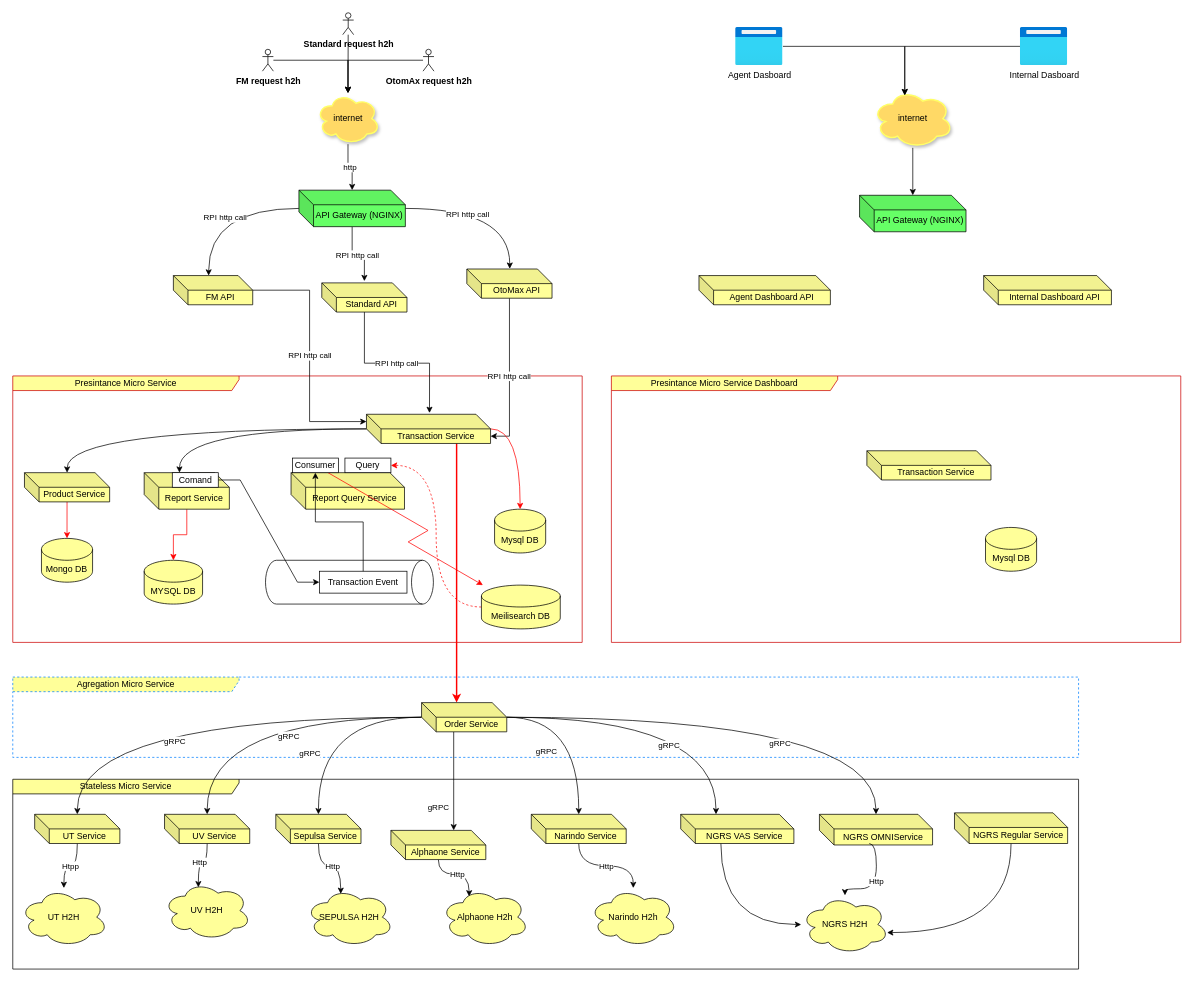
Above: page "architecture" (2 of 2) of Untitled Diagram.drawio in jrpikong/wordcalculator (draw.io), before the change. Source tidied: cells renumbered, new cells numbered last; positions are measured from the earlier drawing's top-left corner, leaving out a move shared by most shapes. Both pictures are drawn from the tidied source at 73%, with x=0, y=0 at pixel (12, 12).
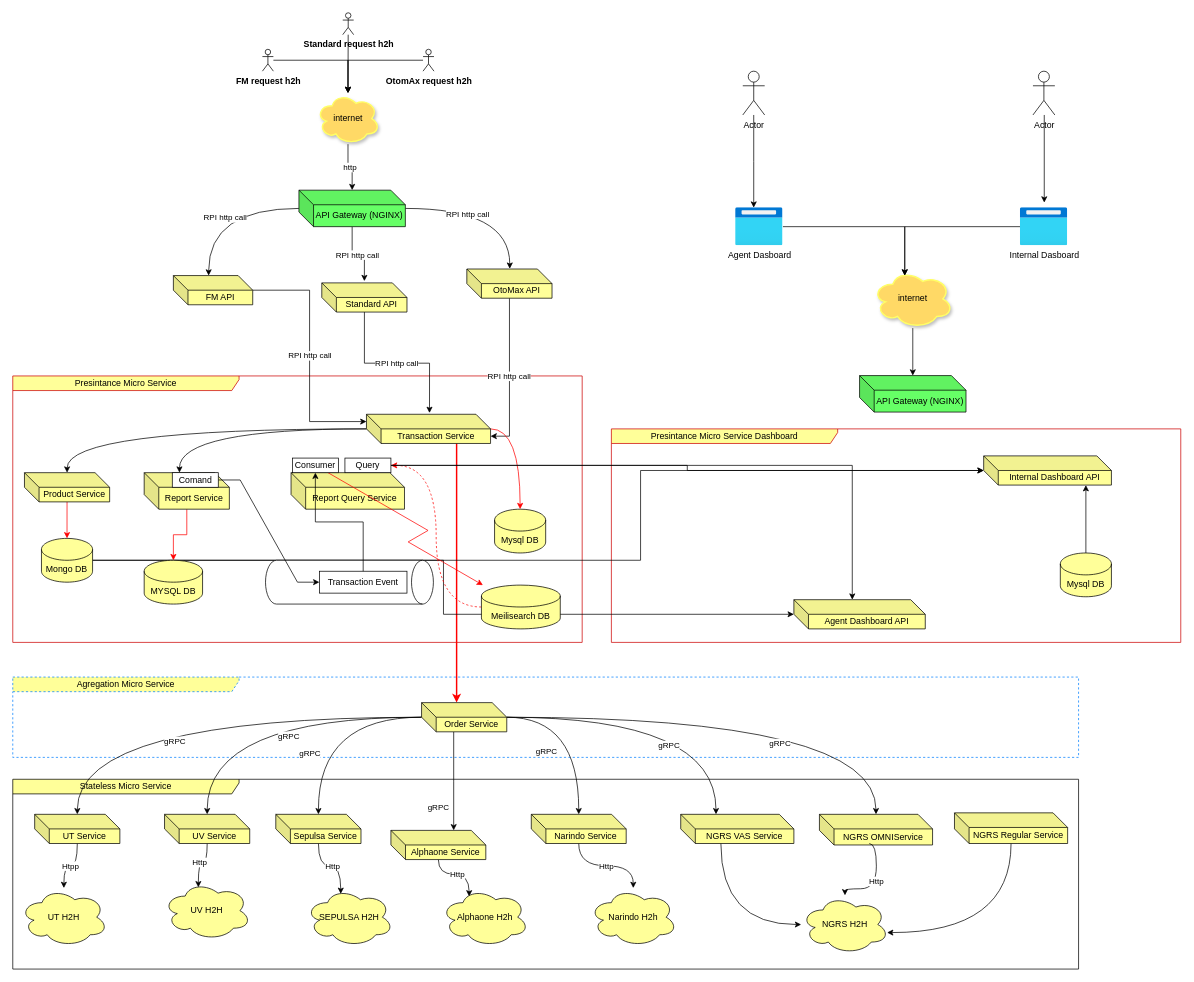
Above is the later version.

The change refers to these unchanged cells:
```xml
<mxCell id="64" value="Mongo DB" style="shape=cylinder3;whiteSpace=wrap;html=1;boundedLbl=1;backgroundOutline=1;size=15;fillColor=#FFFF99;" parent="1" vertex="1">
  <mxGeometry x="39.3" y="720" width="70" height="60" as="geometry" />
</mxCell>
<mxCell id="78" value="Query" style="rounded=0;whiteSpace=wrap;html=1;fillColor=#FFFFFF;" parent="1" vertex="1">
  <mxGeometry x="455" y="610" width="63" height="20" as="geometry" />
</mxCell>
```

The edit, as a diff of the source:
```diff
@@
+    <mxCell id="85" value="Presintance Micro Service Dashboard" style="shape=umlFrame;whiteSpace=wrap;html=1;fillColor=#FFFF99;width=310;height=20;strokeColor=#CC0000;" parent="1" vertex="1">
+      <mxGeometry x="820" y="570" width="780" height="292.5" as="geometry" />
+    </mxCell>
@@
+    <mxCell id="97" style="edgeStyle=elbowEdgeStyle;rounded=0;jettySize=auto;html=1;entryX=0;entryY=0;entryDx=0;entryDy=20;entryPerimeter=0;" parent="1" edge="1" source="64" target="96">
+      <mxGeometry relative="1" as="geometry">
+        <Array as="points">
+          <mxPoint x="860" y="670" />
+        </Array>
+      </mxGeometry>
+    </mxCell>
+    <mxCell id="98" style="edgeStyle=elbowEdgeStyle;rounded=0;jettySize=auto;html=1;entryX=0;entryY=0;entryDx=0;entryDy=20;entryPerimeter=0;" parent="1" edge="1" source="64" target="95">
+      <mxGeometry relative="1" as="geometry" />
+    </mxCell>
@@
+    <mxCell id="99" style="edgeStyle=elbowEdgeStyle;rounded=0;jettySize=auto;html=1;" parent="1" edge="1" source="78" target="96">
+      <mxGeometry relative="1" as="geometry" />
+    </mxCell>
+    <mxCell id="100" style="edgeStyle=elbowEdgeStyle;rounded=0;jettySize=auto;html=1;entryX=0;entryY=0;entryDx=80;entryDy=0;entryPerimeter=0;" parent="1" edge="1" source="78" target="95">
+      <mxGeometry relative="1" as="geometry">
+        <Array as="points">
+          <mxPoint x="1150" y="770" />
+          <mxPoint x="1140" y="770" />
+          <mxPoint x="1070" y="770" />
+          <mxPoint x="950" y="780" />
+        </Array>
+      </mxGeometry>
+    </mxCell>
@@
-    <mxCell id="85" value="Presintance Micro Service Dashboard" style="shape=umlFrame;whiteSpace=wrap;html=1;fillColor=#FFFF99;width=310;height=20;strokeColor=#CC0000;" parent="1" vertex="1">
-      <mxGeometry x="820" y="497.5" width="780" height="365" as="geometry" />
-    </mxCell>
-    <mxCell id="86" value="Transaction Service" style="shape=cube;whiteSpace=wrap;html=1;boundedLbl=1;backgroundOutline=1;darkOpacity=0.05;darkOpacity2=0.1;fillColor=#FFFF99;" parent="1" vertex="1">
-      <mxGeometry x="1170" y="600" width="170" height="40" as="geometry" />
-    </mxCell>
+    <mxCell id="101" style="edgeStyle=elbowEdgeStyle;rounded=0;jettySize=auto;html=1;" parent="1" edge="1" source="87" target="96">
+      <mxGeometry relative="1" as="geometry" />
+    </mxCell>
     <mxCell id="87" value="Mysql DB" style="shape=cylinder3;whiteSpace=wrap;html=1;boundedLbl=1;backgroundOutline=1;size=15;fillColor=#FFFF99;" parent="1" vertex="1">
-      <mxGeometry x="1332.5" y="705" width="70" height="60" as="geometry" />
+      <mxGeometry x="1435" y="740" width="70" height="60" as="geometry" />
     </mxCell>
@@
     <mxCell id="89" value="internet" style="ellipse;shape=cloud;whiteSpace=wrap;html=1;fillColor=#FFD966;strokeColor=#FFFF66;strokeWidth=2;shadow=1;sketch=0;" parent="1" vertex="1">
-      <mxGeometry x="1177.9" y="105" width="110" height="80" as="geometry" />
+      <mxGeometry x="1177.9" y="352" width="110" height="80" as="geometry" />
     </mxCell>
@@
     <mxCell id="91" value="Agent Dasboard" style="html=1;points=[];align=center;image;fontSize=12;image=img/lib/azure2/general/Browser.svg;" parent="1" vertex="1">
-      <mxGeometry x="990" y="20" width="65" height="52" as="geometry" />
+      <mxGeometry x="990" y="267" width="65" height="52" as="geometry" />
     </mxCell>
@@
     <mxCell id="93" value="Internal Dasboard" style="html=1;points=[];align=center;image;fontSize=12;image=img/lib/azure2/general/Browser.svg;" parent="1" vertex="1">
-      <mxGeometry x="1380" y="20" width="65" height="52" as="geometry" />
+      <mxGeometry x="1380" y="267" width="65" height="52" as="geometry" />
     </mxCell>
     <mxCell id="94" value="API Gateway (NGINX)" style="shape=cube;whiteSpace=wrap;html=1;boundedLbl=1;backgroundOutline=1;darkOpacity=0.05;darkOpacity2=0.1;fillColor=#66FF66;" parent="1" vertex="1">
-      <mxGeometry x="1160" y="250" width="145.8" height="50" as="geometry" />
+      <mxGeometry x="1160" y="497" width="145.8" height="50" as="geometry" />
     </mxCell>
     <mxCell id="95" value="Agent Dashboard API" style="shape=cube;whiteSpace=wrap;html=1;boundedLbl=1;backgroundOutline=1;darkOpacity=0.05;darkOpacity2=0.1;fillColor=#FFFF99;" parent="1" vertex="1">
-      <mxGeometry x="940" y="360" width="180" height="40" as="geometry" />
+      <mxGeometry x="1070" y="804" width="180" height="40" as="geometry" />
     </mxCell>
     <mxCell id="96" value="Internal Dashboard API" style="shape=cube;whiteSpace=wrap;html=1;boundedLbl=1;backgroundOutline=1;darkOpacity=0.05;darkOpacity2=0.1;fillColor=#FFFF99;" parent="1" vertex="1">
-      <mxGeometry x="1330" y="360" width="175" height="40" as="geometry" />
+      <mxGeometry x="1330" y="607" width="175" height="40" as="geometry" />
     </mxCell>
+    <mxCell id="102" style="edgeStyle=elbowEdgeStyle;rounded=0;jettySize=auto;html=1;" parent="1" edge="1" source="103" target="91">
+      <mxGeometry relative="1" as="geometry" />
+    </mxCell>
+    <mxCell id="103" value="Actor" style="shape=umlActor;verticalLabelPosition=bottom;verticalAlign=top;html=1;outlineConnect=0;" parent="1" vertex="1">
+      <mxGeometry x="1000" y="80" width="30" height="60" as="geometry" />
+    </mxCell>
+    <mxCell id="104" style="edgeStyle=elbowEdgeStyle;rounded=0;jettySize=auto;html=1;" parent="1" edge="1" source="105">
+      <mxGeometry relative="1" as="geometry">
+        <mxPoint x="1412.5" y="260" as="targetPoint" />
+      </mxGeometry>
+    </mxCell>
+    <mxCell id="105" value="Actor" style="shape=umlActor;verticalLabelPosition=bottom;verticalAlign=top;html=1;outlineConnect=0;" parent="1" vertex="1">
+      <mxGeometry x="1397.5" y="80" width="30" height="60" as="geometry" />
+    </mxCell>
```
